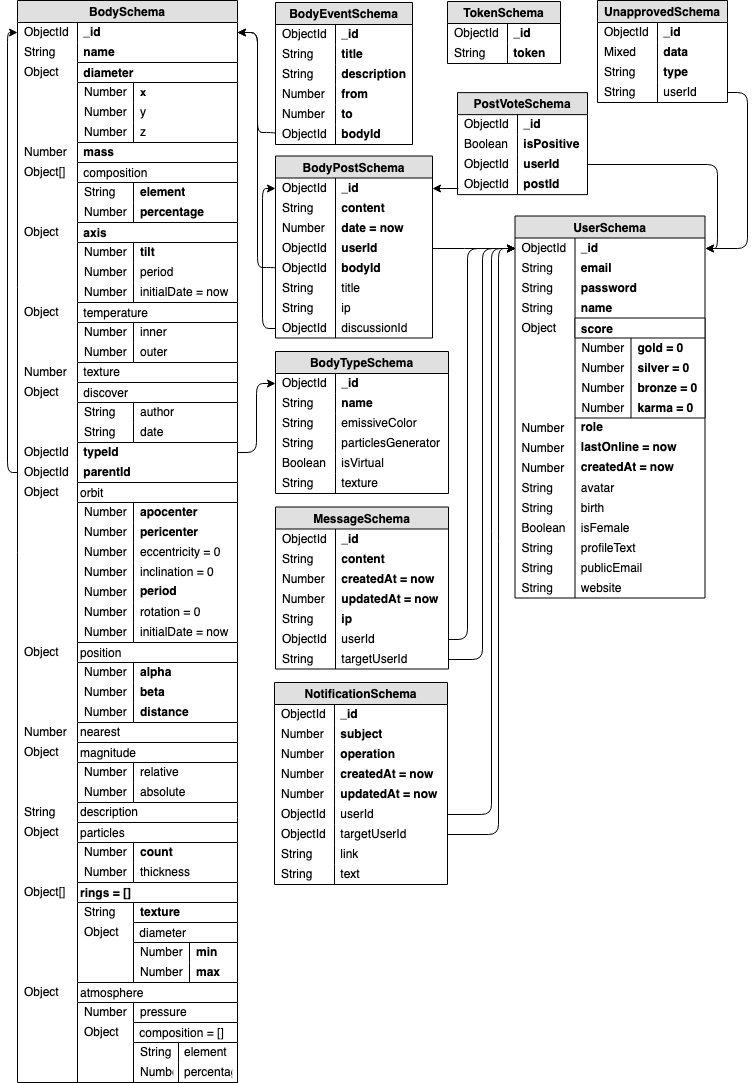
Earlier version of the draw.io export docs/Images/DB.png (michalstruna/universis). Source tidied: cells renumbered, new cells last; positions are measured from the earlier drawing's top-left corner, leaving out a move shared by most shapes.
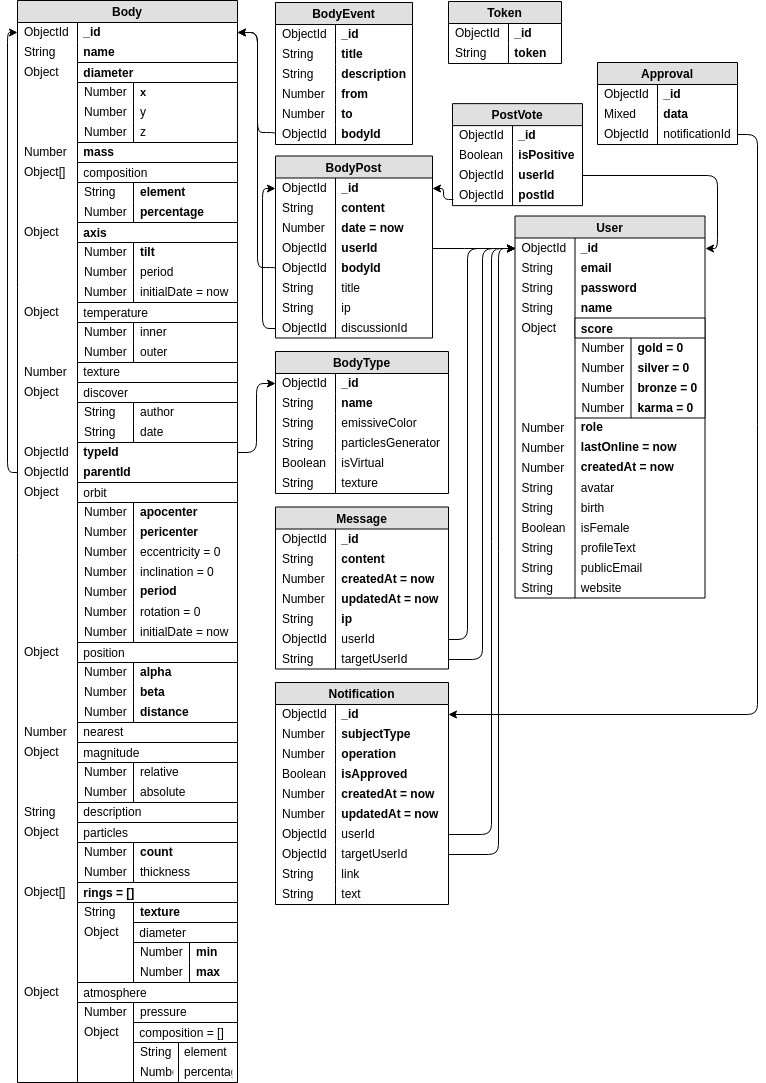
After the commit.

Diff of the diagram source:
```diff
@@ -4,3 +4,3 @@
     <mxCell id="1" parent="0" />
-    <mxCell id="2" value="BodySchema" style="swimlane;fontStyle=1;horizontal=1;startSize=22;fillColor=#e0e0e0;swimlaneFillColor=#ffffff;align=center;fontSize=12;verticalAlign=middle;spacing=2;" parent="1" vertex="1">
+    <mxCell id="2" value="Body" style="swimlane;fontStyle=1;horizontal=1;startSize=22;fillColor=#e0e0e0;swimlaneFillColor=#ffffff;align=center;fontSize=12;verticalAlign=middle;spacing=2;" parent="1" vertex="1">
       <mxGeometry x="10" width="220" height="1082" as="geometry" />
@@ -166,3 +166,3 @@
     </mxCell>
-    <mxCell id="56" value="orbit" style="swimlane;fontStyle=0;horizontal=1;startSize=20;fillColor=#ffffff;swimlaneFillColor=#ffffff;align=left;fontSize=12;verticalAlign=middle;spacing=2;" parent="54" vertex="1">
+    <mxCell id="56" value=" orbit" style="swimlane;fontStyle=0;horizontal=1;startSize=20;fillColor=#ffffff;swimlaneFillColor=#ffffff;align=left;fontSize=12;verticalAlign=middle;spacing=2;" parent="54" vertex="1">
       <mxGeometry x="60" width="160" height="160" as="geometry" />
@@ -217,3 +217,3 @@
     </mxCell>
-    <mxCell id="73" value="position" style="swimlane;fontStyle=0;horizontal=1;startSize=20;fillColor=#ffffff;swimlaneFillColor=#ffffff;align=left;fontSize=12;verticalAlign=middle;spacing=2;" parent="71" vertex="1">
+    <mxCell id="73" value=" position" style="swimlane;fontStyle=0;horizontal=1;startSize=20;fillColor=#ffffff;swimlaneFillColor=#ffffff;align=left;fontSize=12;verticalAlign=middle;spacing=2;" parent="71" vertex="1">
       <mxGeometry x="60" width="160" height="80" as="geometry" />
@@ -238,3 +238,3 @@
     </mxCell>
-    <mxCell id="80" value="nearest" style="shape=partialRectangle;top=0;left=0;right=0;bottom=0;align=left;verticalAlign=middle;fillColor=none;spacingLeft=60;spacingRight=4;overflow=hidden;fontSize=12;spacing=2;" parent="2" vertex="1">
+    <mxCell id="80" value=" nearest" style="shape=partialRectangle;top=0;left=0;right=0;bottom=0;align=left;verticalAlign=middle;fillColor=none;spacingLeft=60;spacingRight=4;overflow=hidden;fontSize=12;spacing=2;" parent="2" vertex="1">
       <mxGeometry y="722" width="220" height="20" as="geometry" />
@@ -250,3 +250,3 @@
     </mxCell>
-    <mxCell id="84" value="magnitude" style="swimlane;fontStyle=0;horizontal=1;startSize=20;fillColor=#ffffff;swimlaneFillColor=#ffffff;align=left;fontSize=12;verticalAlign=middle;spacing=2;" parent="82" vertex="1">
+    <mxCell id="84" value=" magnitude" style="swimlane;fontStyle=0;horizontal=1;startSize=20;fillColor=#ffffff;swimlaneFillColor=#ffffff;align=left;fontSize=12;verticalAlign=middle;spacing=2;" parent="82" vertex="1">
       <mxGeometry x="60" width="160" height="60" as="geometry" />
@@ -265,3 +265,3 @@
     </mxCell>
-    <mxCell id="89" value="description" style="shape=partialRectangle;top=0;left=0;right=0;bottom=0;align=left;verticalAlign=middle;fillColor=none;spacingLeft=60;spacingRight=4;overflow=hidden;fontSize=12;spacing=2;" parent="2" vertex="1">
+    <mxCell id="89" value=" description" style="shape=partialRectangle;top=0;left=0;right=0;bottom=0;align=left;verticalAlign=middle;fillColor=none;spacingLeft=60;spacingRight=4;overflow=hidden;fontSize=12;spacing=2;" parent="2" vertex="1">
       <mxGeometry y="802" width="220" height="20" as="geometry" />
@@ -277,3 +277,3 @@
     </mxCell>
-    <mxCell id="93" value="particles" style="swimlane;fontStyle=0;horizontal=1;startSize=20;fillColor=#ffffff;swimlaneFillColor=#ffffff;align=left;fontSize=12;verticalAlign=middle;spacing=2;" parent="91" vertex="1">
+    <mxCell id="93" value=" particles" style="swimlane;fontStyle=0;horizontal=1;startSize=20;fillColor=#ffffff;swimlaneFillColor=#ffffff;align=left;fontSize=12;verticalAlign=middle;spacing=2;" parent="91" vertex="1">
       <mxGeometry x="60" width="160" height="60" as="geometry" />
@@ -298,3 +298,3 @@
     </mxCell>
-    <mxCell id="100" value="rings = []" style="swimlane;fontStyle=1;horizontal=1;startSize=20;fillColor=#ffffff;swimlaneFillColor=#ffffff;align=left;fontSize=12;verticalAlign=middle;spacing=2;" parent="98" vertex="1">
+    <mxCell id="100" value=" rings = []" style="swimlane;fontStyle=1;horizontal=1;startSize=20;fillColor=#ffffff;swimlaneFillColor=#ffffff;align=left;fontSize=12;verticalAlign=middle;spacing=2;" parent="98" vertex="1">
       <mxGeometry x="60" width="160" height="100" as="geometry" />
@@ -334,3 +334,3 @@
     </mxCell>
-    <mxCell id="112" value="atmosphere" style="swimlane;fontStyle=0;horizontal=1;startSize=20;fillColor=#ffffff;swimlaneFillColor=#ffffff;align=left;fontSize=12;verticalAlign=middle;spacing=2;" parent="110" vertex="1">
+    <mxCell id="112" value=" atmosphere" style="swimlane;fontStyle=0;horizontal=1;startSize=20;fillColor=#ffffff;swimlaneFillColor=#ffffff;align=left;fontSize=12;verticalAlign=middle;spacing=2;" parent="110" vertex="1">
       <mxGeometry x="60" width="160" height="100" as="geometry" />
@@ -371,3 +371,3 @@
     </mxCell>
-    <mxCell id="123" value="BodyTypeSchema" style="swimlane;fontStyle=1;horizontal=1;startSize=22;fillColor=#e0e0e0;swimlaneFillColor=#ffffff;align=center;fontSize=12;verticalAlign=middle;spacing=2;" parent="1" vertex="1">
+    <mxCell id="123" value="BodyType" style="swimlane;fontStyle=1;horizontal=1;startSize=22;fillColor=#e0e0e0;swimlaneFillColor=#ffffff;align=center;fontSize=12;verticalAlign=middle;spacing=2;" parent="1" vertex="1">
       <mxGeometry x="268" y="351" width="173" height="142" as="geometry" />
@@ -410,3 +410,3 @@
     </mxCell>
-    <mxCell id="136" value="BodyEventSchema" style="swimlane;fontStyle=1;horizontal=1;startSize=22;fillColor=#e0e0e0;swimlaneFillColor=#ffffff;align=center;fontSize=12;verticalAlign=middle;spacing=2;" parent="1" vertex="1">
+    <mxCell id="136" value="BodyEvent" style="swimlane;fontStyle=1;horizontal=1;startSize=22;fillColor=#e0e0e0;swimlaneFillColor=#ffffff;align=center;fontSize=12;verticalAlign=middle;spacing=2;" parent="1" vertex="1">
       <mxGeometry x="268" y="2" width="137" height="142" as="geometry" />
@@ -449,3 +449,3 @@
     </mxCell>
-    <mxCell id="149" value="BodyPostSchema" style="swimlane;fontStyle=1;horizontal=1;startSize=22;fillColor=#e0e0e0;swimlaneFillColor=#ffffff;align=center;fontSize=12;verticalAlign=middle;spacing=2;" parent="1" vertex="1">
+    <mxCell id="149" value="BodyPost" style="swimlane;fontStyle=1;horizontal=1;startSize=22;fillColor=#e0e0e0;swimlaneFillColor=#ffffff;align=center;fontSize=12;verticalAlign=middle;spacing=2;" parent="1" vertex="1">
       <mxGeometry x="268" y="155.5" width="157" height="182" as="geometry" />
@@ -508,4 +508,4 @@
     </mxCell>
-    <mxCell id="167" value="PostVoteSchema" style="swimlane;fontStyle=1;horizontal=1;startSize=22;fillColor=#e0e0e0;swimlaneFillColor=#ffffff;align=center;fontSize=12;verticalAlign=middle;spacing=2;" parent="1" vertex="1">
-      <mxGeometry x="450" y="92.1" width="130" height="102" as="geometry" />
+    <mxCell id="167" value="PostVote" style="swimlane;fontStyle=1;horizontal=1;startSize=22;fillColor=#e0e0e0;swimlaneFillColor=#ffffff;align=center;fontSize=12;verticalAlign=middle;spacing=2;" parent="1" vertex="1">
+      <mxGeometry x="445" y="103.1" width="130" height="102" as="geometry" />
     </mxCell>
@@ -535,3 +535,3 @@
     </mxCell>
-    <mxCell id="176" value="UserSchema" style="swimlane;fontStyle=1;horizontal=1;startSize=22;fillColor=#e0e0e0;swimlaneFillColor=#ffffff;align=center;fontSize=12;verticalAlign=middle;spacing=2;" parent="1" vertex="1">
+    <mxCell id="176" value="User" style="swimlane;fontStyle=1;horizontal=1;startSize=22;fillColor=#e0e0e0;swimlaneFillColor=#ffffff;align=center;fontSize=12;verticalAlign=middle;spacing=2;" parent="1" vertex="1">
       <mxGeometry x="507.5" y="215.5" width="190" height="382" as="geometry" />
@@ -649,4 +649,4 @@
     </mxCell>
-    <mxCell id="214" value="TokenSchema" style="swimlane;fontStyle=1;horizontal=1;startSize=22;fillColor=#e0e0e0;swimlaneFillColor=#ffffff;align=center;fontSize=12;verticalAlign=middle;spacing=2;" parent="1" vertex="1">
-      <mxGeometry x="440" y="1" width="113" height="62" as="geometry" />
+    <mxCell id="214" value="Token" style="swimlane;fontStyle=1;horizontal=1;startSize=22;fillColor=#e0e0e0;swimlaneFillColor=#ffffff;align=center;fontSize=12;verticalAlign=middle;spacing=2;" parent="1" vertex="1">
+      <mxGeometry x="441" y="1" width="113" height="62" as="geometry" />
     </mxCell>
@@ -681,3 +681,3 @@
     </mxCell>
-    <mxCell id="221" value="MessageSchema" style="swimlane;fontStyle=1;horizontal=1;startSize=22;fillColor=#e0e0e0;swimlaneFillColor=#ffffff;align=center;fontSize=12;verticalAlign=middle;spacing=2;" parent="1" vertex="1">
+    <mxCell id="221" value="Message" style="swimlane;fontStyle=1;horizontal=1;startSize=22;fillColor=#e0e0e0;swimlaneFillColor=#ffffff;align=center;fontSize=12;verticalAlign=middle;spacing=2;" parent="1" vertex="1">
       <mxGeometry x="268" y="506.5" width="173" height="162" as="geometry" />
@@ -733,7 +733,7 @@
     </mxCell>
-    <mxCell id="237" value="UnapprovedSchema" style="swimlane;fontStyle=1;horizontal=1;startSize=22;fillColor=#e0e0e0;swimlaneFillColor=#ffffff;align=center;fontSize=12;verticalAlign=middle;spacing=2;" parent="1" vertex="1">
-      <mxGeometry x="590" width="130" height="102" as="geometry" />
+    <mxCell id="237" value="Approval" style="swimlane;fontStyle=1;horizontal=1;startSize=22;fillColor=#e0e0e0;swimlaneFillColor=#ffffff;align=center;fontSize=12;verticalAlign=middle;spacing=2;" parent="1" vertex="1">
+      <mxGeometry x="590" y="62" width="140" height="82" as="geometry" />
     </mxCell>
     <mxCell id="238" value=" _id" style="shape=partialRectangle;top=0;left=0;right=0;bottom=0;align=left;verticalAlign=middle;fillColor=none;spacingLeft=60;spacingRight=4;overflow=hidden;fontSize=12;fontStyle=1;spacing=2;" parent="237" vertex="1">
-      <mxGeometry y="22" width="130" height="20" as="geometry" />
+      <mxGeometry y="22" width="140" height="20" as="geometry" />
     </mxCell>
@@ -743,3 +743,3 @@
     <mxCell id="240" value=" data" style="shape=partialRectangle;top=0;left=0;right=0;bottom=0;align=left;verticalAlign=middle;fillColor=none;spacingLeft=60;spacingRight=4;overflow=hidden;fontSize=12;fontStyle=1;spacing=2;" parent="237" vertex="1">
-      <mxGeometry y="42" width="130" height="20" as="geometry" />
+      <mxGeometry y="42" width="140" height="20" as="geometry" />
     </mxCell>
@@ -748,14 +748,8 @@
     </mxCell>
-    <mxCell id="242" value=" type" style="shape=partialRectangle;top=0;left=0;right=0;bottom=0;align=left;verticalAlign=middle;fillColor=none;spacingLeft=60;spacingRight=4;overflow=hidden;fontSize=12;fontStyle=1;spacing=2;" parent="237" vertex="1">
-      <mxGeometry y="62" width="130" height="20" as="geometry" />
-    </mxCell>
-    <mxCell id="243" value="String" style="shape=partialRectangle;fontStyle=0;top=0;left=0;bottom=0;fillColor=none;align=left;verticalAlign=middle;spacingLeft=4;spacingRight=4;overflow=hidden;fontSize=12;spacing=2;" parent="242" vertex="1">
-      <mxGeometry width="60" height="20" as="geometry" />
-    </mxCell>
-    <mxCell id="244" value=" userId" style="shape=partialRectangle;top=0;left=0;right=0;bottom=0;align=left;verticalAlign=middle;fillColor=none;spacingLeft=60;spacingRight=4;overflow=hidden;points=[[0,0.5],[1,0.5]];portConstraint=eastwest;fontSize=12;fontStyle=0;spacing=2;" parent="237" vertex="1">
-      <mxGeometry y="82" width="130" height="20" as="geometry" />
-    </mxCell>
-    <mxCell id="245" value="String" style="shape=partialRectangle;fontStyle=0;top=0;left=0;bottom=0;fillColor=none;align=left;verticalAlign=middle;spacingLeft=4;spacingRight=4;overflow=hidden;fontSize=12;spacing=2;" parent="244" vertex="1">
-      <mxGeometry width="60" height="20" as="geometry" />
-    </mxCell>
+    <mxCell id="273" value=" notificationId" style="shape=partialRectangle;top=0;left=0;right=0;bottom=0;align=left;verticalAlign=middle;fillColor=none;spacingLeft=60;spacingRight=4;overflow=hidden;points=[[0,0.5],[1,0.5]];portConstraint=eastwest;fontSize=12;fontStyle=0;spacing=2;" parent="237" vertex="1">
+      <mxGeometry y="62" width="140" height="20" as="geometry" />
+    </mxCell>
+    <mxCell id="274" value="ObjectId" style="shape=partialRectangle;fontStyle=0;top=0;left=0;bottom=0;fillColor=none;align=left;verticalAlign=middle;spacingLeft=4;spacingRight=4;overflow=hidden;fontSize=12;spacing=2;" parent="273" vertex="1">
+      <mxGeometry width="60" height="20" as="geometry" />
+    </mxCell>
     <mxCell id="246" style="edgeStyle=elbowEdgeStyle;elbow=horizontal;endArrow=classic;html=1;exitX=0.008;exitY=0.685;exitDx=0;exitDy=0;exitPerimeter=0;entryX=1;entryY=0.5;entryDx=0;entryDy=0;" parent="1" edge="1" source="174" target="150">
@@ -773,9 +767,2 @@
     </mxCell>
-    <mxCell id="249" style="edgeStyle=elbowEdgeStyle;elbow=horizontal;endArrow=classic;html=1;exitX=1;exitY=0.5;exitDx=0;exitDy=0;entryX=1;entryY=0.5;entryDx=0;entryDy=0;" parent="1" edge="1" source="244" target="177">
-      <mxGeometry relative="1" as="geometry">
-        <Array as="points">
-          <mxPoint x="740" y="170" />
-        </Array>
-      </mxGeometry>
-    </mxCell>
     <mxCell id="250" style="edgeStyle=elbowEdgeStyle;elbow=horizontal;endArrow=classic;html=1;exitX=1;exitY=0.5;exitDx=0;exitDy=0;entryX=0;entryY=0.5;entryDx=0;entryDy=0;" parent="1" edge="1" source="50" target="124">
@@ -783,4 +770,4 @@
     </mxCell>
-    <mxCell id="251" value="NotificationSchema" style="swimlane;fontStyle=1;horizontal=1;startSize=22;fillColor=#e0e0e0;swimlaneFillColor=#ffffff;align=center;fontSize=12;verticalAlign=middle;spacing=2;" parent="1" vertex="1">
-      <mxGeometry x="267" y="682" width="173" height="202" as="geometry" />
+    <mxCell id="251" value="Notification" style="swimlane;fontStyle=1;horizontal=1;startSize=22;fillColor=#e0e0e0;swimlaneFillColor=#ffffff;align=center;fontSize=12;verticalAlign=middle;spacing=2;" parent="1" vertex="1">
+      <mxGeometry x="268" y="682" width="173" height="222" as="geometry" />
     </mxCell>
@@ -792,3 +779,3 @@
     </mxCell>
-    <mxCell id="254" value=" subject" style="shape=partialRectangle;top=0;left=0;right=0;bottom=0;align=left;verticalAlign=middle;fillColor=none;spacingLeft=60;spacingRight=4;overflow=hidden;fontSize=12;fontStyle=1;spacing=2;" parent="251" vertex="1">
+    <mxCell id="254" value=" subjectType" style="shape=partialRectangle;top=0;left=0;right=0;bottom=0;align=left;verticalAlign=middle;fillColor=none;spacingLeft=60;spacingRight=4;overflow=hidden;fontSize=12;fontStyle=1;spacing=2;" parent="251" vertex="1">
       <mxGeometry y="42" width="173" height="20" as="geometry" />
@@ -804,4 +791,10 @@
     </mxCell>
+    <mxCell id="275" value=" isApproved" style="shape=partialRectangle;top=0;left=0;right=0;bottom=0;align=left;verticalAlign=middle;fillColor=none;spacingLeft=60;spacingRight=4;overflow=hidden;fontSize=12;spacing=2;fontStyle=1;flipH=1;" parent="251" vertex="1">
+      <mxGeometry y="82" width="173" height="20" as="geometry" />
+    </mxCell>
+    <mxCell id="276" value="Boolean" style="shape=partialRectangle;fontStyle=0;top=0;left=0;bottom=0;fillColor=none;align=left;verticalAlign=middle;spacingLeft=4;spacingRight=4;overflow=hidden;fontSize=12;spacing=2;" parent="275" vertex="1">
+      <mxGeometry width="60" height="20" as="geometry" />
+    </mxCell>
     <mxCell id="258" value=" createdAt = now" style="shape=partialRectangle;top=0;left=0;right=0;bottom=0;align=left;verticalAlign=middle;fillColor=none;spacingLeft=60;spacingRight=4;overflow=hidden;fontSize=12;spacing=2;fontStyle=1;flipH=1;" parent="251" vertex="1">
-      <mxGeometry y="82" width="173" height="20" as="geometry" />
+      <mxGeometry y="102" width="173" height="20" as="geometry" />
     </mxCell>
@@ -811,3 +804,3 @@
     <mxCell id="260" value=" updatedAt = now" style="shape=partialRectangle;top=0;left=0;right=0;bottom=0;align=left;verticalAlign=middle;fillColor=none;spacingLeft=60;spacingRight=4;overflow=hidden;fontSize=12;spacing=2;fontStyle=1;flipH=1;" parent="251" vertex="1">
-      <mxGeometry y="102" width="173" height="20" as="geometry" />
+      <mxGeometry y="122" width="173" height="20" as="geometry" />
     </mxCell>
@@ -817,3 +810,3 @@
     <mxCell id="262" value=" userId" style="shape=partialRectangle;top=0;left=0;right=0;bottom=0;align=left;verticalAlign=middle;fillColor=none;spacingLeft=60;spacingRight=4;overflow=hidden;points=[[0,0.5],[1,0.5]];portConstraint=eastwest;fontSize=12;spacing=2;fontStyle=0;flipH=1;" parent="251" vertex="1">
-      <mxGeometry y="122" width="173" height="20" as="geometry" />
+      <mxGeometry y="142" width="173" height="20" as="geometry" />
     </mxCell>
@@ -823,3 +816,3 @@
     <mxCell id="264" value=" targetUserId" style="shape=partialRectangle;top=0;left=0;right=0;bottom=0;align=left;verticalAlign=middle;fillColor=none;spacingLeft=60;spacingRight=4;overflow=hidden;points=[[0,0.5],[1,0.5]];portConstraint=eastwest;fontSize=12;spacing=2;fontStyle=0;flipH=1;" parent="251" vertex="1">
-      <mxGeometry y="142" width="173" height="20" as="geometry" />
+      <mxGeometry y="162" width="173" height="20" as="geometry" />
     </mxCell>
@@ -829,3 +822,3 @@
     <mxCell id="266" value=" link" style="shape=partialRectangle;top=0;left=0;right=0;bottom=0;align=left;verticalAlign=middle;fillColor=none;spacingLeft=60;spacingRight=4;overflow=hidden;fontSize=12;spacing=2;fontStyle=0;flipH=1;" parent="251" vertex="1">
-      <mxGeometry y="162" width="173" height="20" as="geometry" />
+      <mxGeometry y="182" width="173" height="20" as="geometry" />
     </mxCell>
@@ -835,3 +828,3 @@
     <mxCell id="268" value=" text" style="shape=partialRectangle;top=0;left=0;right=0;bottom=0;align=left;verticalAlign=middle;fillColor=none;spacingLeft=60;spacingRight=4;overflow=hidden;fontSize=12;spacing=2;fontStyle=0;flipH=1;" parent="251" vertex="1">
-      <mxGeometry y="182" width="173" height="20" as="geometry" />
+      <mxGeometry y="202" width="173" height="20" as="geometry" />
     </mxCell>
@@ -857,2 +850,9 @@
     </mxCell>
+    <mxCell id="277" style="edgeStyle=elbowEdgeStyle;elbow=horizontal;endArrow=classic;html=1;exitX=1;exitY=0.5;exitDx=0;exitDy=0;entryX=1;entryY=0.5;entryDx=0;entryDy=0;" parent="1" edge="1" source="273" target="252">
+      <mxGeometry relative="1" as="geometry">
+        <Array as="points">
+          <mxPoint x="750" y="400" />
+        </Array>
+      </mxGeometry>
+    </mxCell>
   </root>
```
